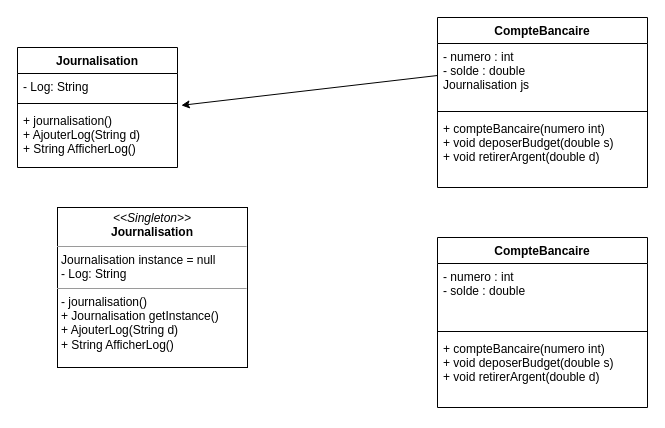
This is bin/class.dio from krankos/Singleton, a draw.io file, before an edit. Source tidied: cells renumbered, new cells numbered last; positions are measured from the earlier drawing's top-left corner, leaving out a move shared by most shapes. Both pictures are drawn from the tidied source at 100%, with x=0, y=0 at pixel (17, 17).
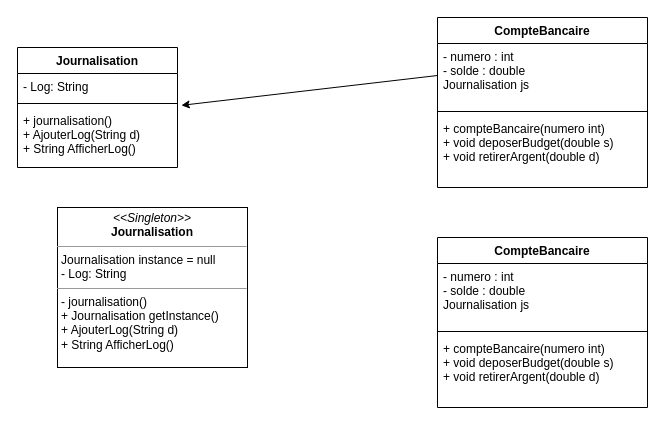
Above is the later version.

Diff of the diagram source:
```diff
@@
 <mxGraphModel>
   <root>
     <mxCell id="0" />
     <mxCell id="1" parent="0" />
     <mxCell id="2" value="Journalisation" style="swimlane;fontStyle=1;align=center;verticalAlign=top;horizontal=1;startSize=26;" parent="1" vertex="1">
       <mxGeometry y="30" width="160" height="120" as="geometry" />
     </mxCell>
     <mxCell id="3" value="- Log: String" style="text;strokeColor=none;fillColor=none;align=left;verticalAlign=top;spacingLeft=4;spacingRight=4;overflow=hidden;points=[[0,0.5],[1,0.5]];portConstraint=eastwest;" parent="2" vertex="1">
       <mxGeometry y="26" width="160" height="26" as="geometry" />
     </mxCell>
     <mxCell id="4" style="line;strokeWidth=1;fillColor=none;align=left;verticalAlign=middle;spacingTop=-1;spacingLeft=3;spacingRight=3;labelPosition=right;" parent="2" vertex="1">
       <mxGeometry y="52" width="160" height="8" as="geometry" />
     </mxCell>
     <mxCell id="5" value="+ journalisation()&#10;+ AjouterLog(String d)&#10;+ String AfficherLog()" style="text;strokeColor=none;fillColor=none;align=left;verticalAlign=top;spacingLeft=4;spacingRight=4;overflow=hidden;" parent="2" vertex="1">
       <mxGeometry y="60" width="160" height="60" as="geometry" />
     </mxCell>
     <mxCell id="6" value="CompteBancaire" style="swimlane;fontStyle=1;align=center;verticalAlign=top;horizontal=1;startSize=26;" parent="1" vertex="1">
       <mxGeometry x="420" width="210" height="170" as="geometry" />
     </mxCell>
     <mxCell id="7" value="- numero : int&#10;- solde : double&#10;Journalisation js" style="text;strokeColor=none;fillColor=none;align=left;verticalAlign=top;spacingLeft=4;spacingRight=4;overflow=hidden;points=[[0,0.5],[1,0.5]];portConstraint=eastwest;" parent="6" vertex="1">
       <mxGeometry y="26" width="210" height="64" as="geometry" />
     </mxCell>
     <mxCell id="8" style="line;strokeWidth=1;fillColor=none;align=left;verticalAlign=middle;spacingTop=-1;spacingLeft=3;spacingRight=3;labelPosition=right;" parent="6" vertex="1">
       <mxGeometry y="90" width="210" height="8" as="geometry" />
     </mxCell>
     <mxCell id="9" value="+ compteBancaire(numero int)&#10;+ void deposerBudget(double s)&#10;+ void retirerArgent(double d)" style="text;strokeColor=none;fillColor=none;align=left;verticalAlign=top;spacingLeft=4;spacingRight=4;overflow=hidden;" parent="6" vertex="1">
       <mxGeometry y="98" width="210" height="72" as="geometry" />
     </mxCell>
     <mxCell id="10" style="edgeStyle=none;html=1;exitX=0;exitY=0.5;exitDx=0;exitDy=0;entryX=1.024;entryY=1.225;entryDx=0;entryDy=0;entryPerimeter=0;" parent="1" edge="1" source="7" target="3">
       <mxGeometry relative="1" as="geometry" />
     </mxCell>
     <mxCell id="11" value="&lt;p style=&quot;margin: 0px ; margin-top: 4px ; text-align: center&quot;&gt;&lt;i&gt;&amp;lt;&amp;lt;Singleton&amp;gt;&amp;gt;&lt;/i&gt;&lt;br&gt;&lt;b&gt;Journalisation&lt;/b&gt;&lt;/p&gt;&lt;hr size=&quot;1&quot;&gt;&lt;p style=&quot;margin: 0px ; margin-left: 4px&quot;&gt;Journalisation instance = null&lt;/p&gt;&lt;p style=&quot;margin: 0px ; margin-left: 4px&quot;&gt;- Log: String&lt;/p&gt;&lt;hr size=&quot;1&quot;&gt;&lt;p style=&quot;margin: 0px ; margin-left: 4px&quot;&gt;- journalisation()&lt;br&gt;+ Journalisation getInstance()&lt;/p&gt;&lt;p style=&quot;margin: 0px ; margin-left: 4px&quot;&gt;+ AjouterLog(String d)&lt;/p&gt;&lt;p style=&quot;margin: 0px ; margin-left: 4px&quot;&gt;+ String AfficherLog()&lt;/p&gt;" style="verticalAlign=top;align=left;overflow=fill;fontSize=12;fontFamily=Helvetica;html=1;" parent="1" vertex="1">
       <mxGeometry x="40" y="190" width="190" height="160" as="geometry" />
     </mxCell>
     <mxCell id="12" value="CompteBancaire" style="swimlane;fontStyle=1;align=center;verticalAlign=top;horizontal=1;startSize=26;" parent="1" vertex="1">
       <mxGeometry x="420" y="220" width="210" height="170" as="geometry" />
     </mxCell>
-    <mxCell id="13" value="- numero : int&#10;- solde : double" style="text;strokeColor=none;fillColor=none;align=left;verticalAlign=top;spacingLeft=4;spacingRight=4;overflow=hidden;" parent="12" vertex="1">
+    <mxCell id="13" value="- numero : int&#10;- solde : double&#10;Journalisation js" style="text;strokeColor=none;fillColor=none;align=left;verticalAlign=top;spacingLeft=4;spacingRight=4;overflow=hidden;" parent="12" vertex="1">
       <mxGeometry y="26" width="210" height="64" as="geometry" />
     </mxCell>
     <mxCell id="14" style="line;strokeWidth=1;fillColor=none;align=left;verticalAlign=middle;spacingTop=-1;spacingLeft=3;spacingRight=3;labelPosition=right;" parent="12" vertex="1">
       <mxGeometry y="90" width="210" height="8" as="geometry" />
     </mxCell>
     <mxCell id="15" value="+ compteBancaire(numero int)&#10;+ void deposerBudget(double s)&#10;+ void retirerArgent(double d)" style="text;strokeColor=none;fillColor=none;align=left;verticalAlign=top;spacingLeft=4;spacingRight=4;overflow=hidden;" parent="12" vertex="1">
       <mxGeometry y="98" width="210" height="72" as="geometry" />
     </mxCell>
   </root>
 </mxGraphModel>
```
